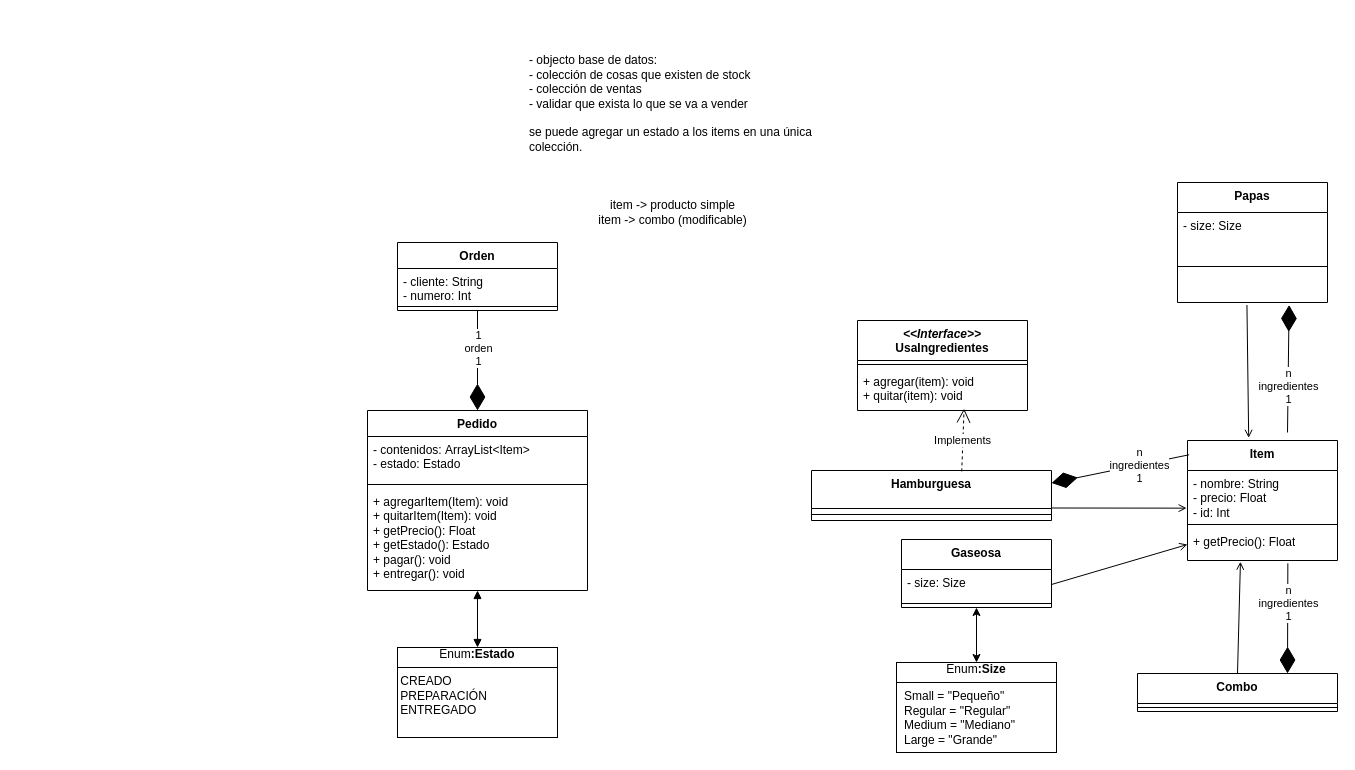
Above: uml.drawio in Zasa-san/inspt-programacion2 (draw.io), before the change. Source tidied: cells renumbered, new cells numbered last; positions are measured from the earlier drawing's top-left corner, leaving out a move shared by most shapes. Both pictures are drawn from the tidied source at 100%, with x=0, y=0 at pixel (367, 32).
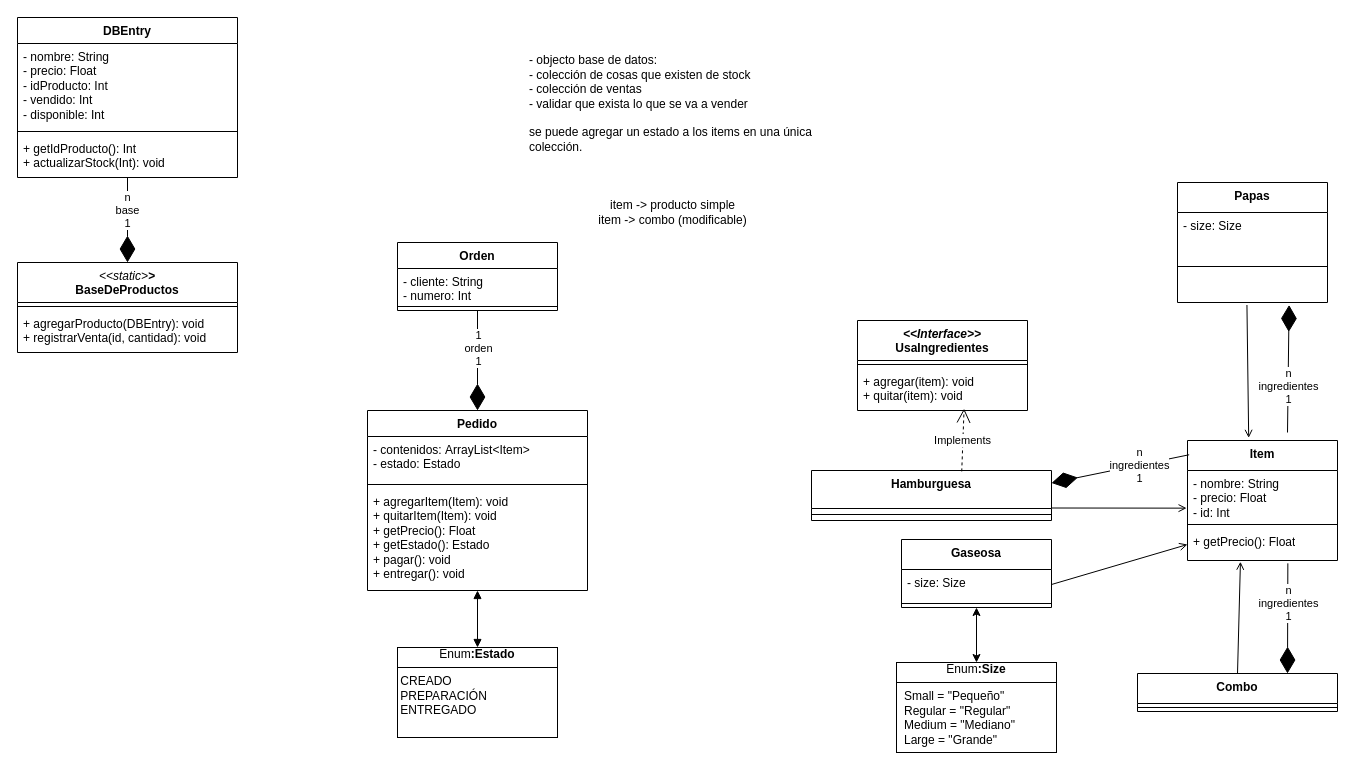
The same diagram, later.

What changed in the source:
```diff
@@
+    <mxCell id="46" value="&lt;div&gt;&lt;i&gt;&lt;span style=&quot;font-weight: normal;&quot;&gt;&amp;lt;&amp;lt;static&amp;gt;&lt;/span&gt;&amp;gt;&lt;/i&gt;&lt;/div&gt;&lt;div&gt;BaseDeProductos&lt;/div&gt;" style="swimlane;fontStyle=1;align=center;verticalAlign=top;horizontal=1;startSize=40;whiteSpace=wrap;html=1;" parent="1" vertex="1">
+      <mxGeometry x="-350" y="230" width="220" height="90" as="geometry" />
+    </mxCell>
+    <mxCell id="47" style="line;strokeWidth=1;fillColor=none;align=left;verticalAlign=middle;spacingTop=-1;spacingLeft=3;spacingRight=3;labelPosition=right;strokeColor=inherit;" parent="46" vertex="1">
+      <mxGeometry y="40" width="220" height="8" as="geometry" />
+    </mxCell>
+    <mxCell id="48" value="&lt;div&gt;+ agregarProducto(DBEntry): void&lt;/div&gt;&lt;div&gt;+ registrarVenta(id, cantidad): void&lt;/div&gt;" style="text;strokeColor=none;fillColor=none;align=left;verticalAlign=top;spacingLeft=4;spacingRight=4;overflow=hidden;whiteSpace=wrap;html=1;" parent="46" vertex="1">
+      <mxGeometry y="48" width="220" height="42" as="geometry" />
+    </mxCell>
+    <mxCell id="49" value="&lt;div&gt;n&lt;/div&gt;&lt;div&gt;base&lt;/div&gt;&lt;div&gt;1&lt;/div&gt;" style="endArrow=diamondThin;endFill=1;endSize=24;html=1;rounded=0;entryX=0.5;entryY=0;entryDx=0;entryDy=0;exitX=0.5;exitY=1;exitDx=0;exitDy=0;" parent="1" edge="1" source="50" target="46">
+      <mxGeometry x="-0.22" relative="1" as="geometry" />
+    </mxCell>
+    <mxCell id="50" value="DBEntry" style="swimlane;fontStyle=1;align=center;verticalAlign=top;horizontal=1;startSize=26;whiteSpace=wrap;html=1;" parent="1" vertex="1">
+      <mxGeometry x="-350" y="-15" width="220" height="160" as="geometry" />
+    </mxCell>
+    <mxCell id="51" value="- nombre: String&lt;br&gt;- precio: Float&lt;br&gt;- idProducto: Int&lt;br&gt;&lt;div&gt;- vendido: Int&lt;/div&gt;&lt;div&gt;- disponible: Int&lt;/div&gt;" style="text;strokeColor=none;fillColor=none;align=left;verticalAlign=top;spacingLeft=4;spacingRight=4;overflow=hidden;whiteSpace=wrap;html=1;" parent="50" vertex="1">
+      <mxGeometry y="26" width="220" height="84" as="geometry" />
+    </mxCell>
+    <mxCell id="52" style="line;strokeWidth=1;fillColor=none;align=left;verticalAlign=middle;spacingTop=-1;spacingLeft=3;spacingRight=3;labelPosition=right;strokeColor=inherit;" parent="50" vertex="1">
+      <mxGeometry y="110" width="220" height="8" as="geometry" />
+    </mxCell>
+    <mxCell id="53" value="&lt;div&gt;+ getIdProducto(): Int&lt;/div&gt;&lt;div&gt;+ actualizarStock(Int): void&lt;/div&gt;" style="text;strokeColor=none;fillColor=none;align=left;verticalAlign=top;spacingLeft=4;spacingRight=4;overflow=hidden;whiteSpace=wrap;html=1;" parent="50" vertex="1">
+      <mxGeometry y="118" width="220" height="42" as="geometry" />
+    </mxCell>
```
